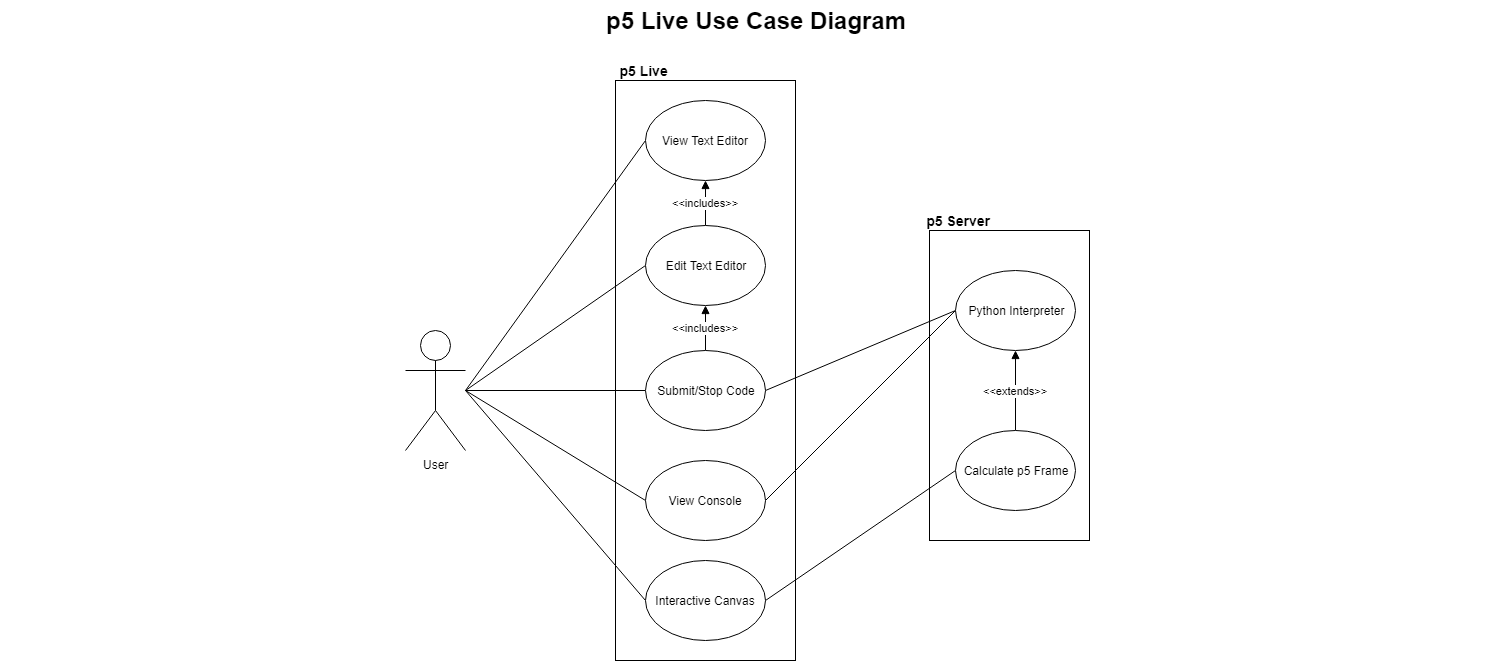
The draw.io diagram docs/use_case/use_case_diagram.png in kevhardy/3354-p5Live, before a commit. Source tidied: cells renumbered, new cells last; positions are measured from the earlier drawing's top-left corner, leaving out a move shared by most shapes. Source of this version:
```xml
<mxGraphModel>
  <root>
    <mxCell id="0" style="html=1;" />
    <mxCell id="1" style="html=1;" parent="0" />
    <mxCell id="2" style="rounded=0;whiteSpace=wrap;html=1;" parent="1" vertex="1">
      <mxGeometry x="928" y="230" width="160" height="310" as="geometry" />
    </mxCell>
    <mxCell id="3" style="rounded=0;whiteSpace=wrap;html=1;" parent="1" vertex="1">
      <mxGeometry x="614" y="80" width="180" height="580" as="geometry" />
    </mxCell>
    <mxCell id="4" value="p5 Live Use Case Diagram" style="text;strokeColor=none;fillColor=none;html=1;fontSize=24;fontStyle=1;verticalAlign=middle;align=center;" parent="1" vertex="1">
      <mxGeometry x="-0.5" width="1510" height="40" as="geometry" />
    </mxCell>
    <mxCell id="5" style="rounded=0;jettySize=auto;html=1;entryX=0;entryY=0.5;entryDx=0;entryDy=0;endArrow=none;endFill=0;" parent="1" edge="1" target="13">
      <mxGeometry relative="1" as="geometry">
        <mxPoint x="464" y="390" as="sourcePoint" />
      </mxGeometry>
    </mxCell>
    <mxCell id="6" style="rounded=0;jettySize=auto;html=1;entryX=0;entryY=0.5;entryDx=0;entryDy=0;endArrow=none;endFill=0;" parent="1" edge="1" target="11">
      <mxGeometry relative="1" as="geometry">
        <mxPoint x="464" y="390" as="sourcePoint" />
      </mxGeometry>
    </mxCell>
    <mxCell id="7" style="rounded=0;jettySize=auto;html=1;entryX=0;entryY=0.5;entryDx=0;entryDy=0;endArrow=none;endFill=0;" parent="1" edge="1" target="15">
      <mxGeometry relative="1" as="geometry">
        <mxPoint x="464" y="390" as="sourcePoint" />
      </mxGeometry>
    </mxCell>
    <mxCell id="8" style="rounded=0;jettySize=auto;html=1;entryX=0;entryY=0.5;entryDx=0;entryDy=0;endArrow=none;endFill=0;" parent="1" edge="1" target="17">
      <mxGeometry relative="1" as="geometry">
        <mxPoint x="464" y="390" as="sourcePoint" />
      </mxGeometry>
    </mxCell>
    <mxCell id="9" style="edgeStyle=none;rounded=0;jettySize=auto;html=1;entryX=0;entryY=0.5;entryDx=0;entryDy=0;endArrow=none;endFill=0;" parent="1" edge="1" source="10" target="20">
      <mxGeometry relative="1" as="geometry" />
    </mxCell>
    <mxCell id="10" value="User" style="shape=umlActor;verticalLabelPosition=bottom;labelBackgroundColor=#ffffff;verticalAlign=top;html=1;outlineConnect=0;" parent="1" vertex="1">
      <mxGeometry x="404" y="330" width="60" height="120" as="geometry" />
    </mxCell>
    <mxCell id="11" value="View Text Editor" style="ellipse;whiteSpace=wrap;html=1;" parent="1" vertex="1">
      <mxGeometry x="644" y="100" width="120" height="80" as="geometry" />
    </mxCell>
    <mxCell id="12" style="edgeStyle=none;rounded=0;jettySize=auto;html=1;entryX=0;entryY=0.5;entryDx=0;entryDy=0;endArrow=none;endFill=0;exitX=1;exitY=0.5;exitDx=0;exitDy=0;" parent="1" edge="1" source="13" target="21">
      <mxGeometry relative="1" as="geometry" />
    </mxCell>
    <mxCell id="13" value="View Console" style="ellipse;whiteSpace=wrap;html=1;" parent="1" vertex="1">
      <mxGeometry x="644" y="460" width="120" height="80" as="geometry" />
    </mxCell>
    <mxCell id="14" style="edgeStyle=none;rounded=0;jettySize=auto;html=1;entryX=0;entryY=0.5;entryDx=0;entryDy=0;endArrow=none;endFill=0;exitX=1;exitY=0.5;exitDx=0;exitDy=0;" parent="1" edge="1" source="15" target="23">
      <mxGeometry relative="1" as="geometry" />
    </mxCell>
    <mxCell id="15" value="Interactive Canvas" style="ellipse;whiteSpace=wrap;html=1;" parent="1" vertex="1">
      <mxGeometry x="644" y="560" width="120" height="80" as="geometry" />
    </mxCell>
    <mxCell id="16" value="&amp;lt;&amp;lt;includes&amp;gt;&amp;gt;" style="edgeStyle=orthogonalEdgeStyle;rounded=0;jettySize=auto;html=1;entryX=0.5;entryY=1;entryDx=0;entryDy=0;endArrow=block;endFill=1;" parent="1" edge="1" source="17" target="11">
      <mxGeometry relative="1" as="geometry" />
    </mxCell>
    <mxCell id="17" value="Edit Text Editor" style="ellipse;whiteSpace=wrap;html=1;" parent="1" vertex="1">
      <mxGeometry x="644" y="225" width="120" height="80" as="geometry" />
    </mxCell>
    <mxCell id="18" style="edgeStyle=none;rounded=0;jettySize=auto;html=1;entryX=0;entryY=0.5;entryDx=0;entryDy=0;endArrow=none;endFill=0;exitX=1;exitY=0.5;exitDx=0;exitDy=0;" parent="1" edge="1" source="20" target="21">
      <mxGeometry relative="1" as="geometry" />
    </mxCell>
    <mxCell id="19" value="&amp;lt;&amp;lt;includes&amp;gt;&amp;gt;" style="edgeStyle=none;rounded=0;jettySize=auto;html=1;endArrow=block;endFill=1;entryX=0.5;entryY=1;entryDx=0;entryDy=0;" parent="1" edge="1" source="20" target="17">
      <mxGeometry relative="1" as="geometry" />
    </mxCell>
    <mxCell id="20" value="Submit/Stop Code" style="ellipse;whiteSpace=wrap;html=1;" parent="1" vertex="1">
      <mxGeometry x="644" y="350" width="120" height="80" as="geometry" />
    </mxCell>
    <mxCell id="21" value="Python Interpreter" style="ellipse;whiteSpace=wrap;html=1;" parent="1" vertex="1">
      <mxGeometry x="954" y="270" width="120" height="80" as="geometry" />
    </mxCell>
    <mxCell id="22" value="&amp;lt;&amp;lt;extends&amp;gt;&amp;gt;" style="edgeStyle=none;rounded=0;jettySize=auto;html=1;entryX=0.5;entryY=1;entryDx=0;entryDy=0;endArrow=block;endFill=1;" parent="1" edge="1" source="23" target="21">
      <mxGeometry relative="1" as="geometry" />
    </mxCell>
    <mxCell id="23" value="Calculate p5 Frame" style="ellipse;whiteSpace=wrap;html=1;" parent="1" vertex="1">
      <mxGeometry x="954" y="430" width="120" height="80" as="geometry" />
    </mxCell>
    <mxCell id="24" value="&lt;font style=&quot;font-size: 14px&quot;&gt;p5 Live&amp;nbsp;&lt;/font&gt;" style="text;html=1;strokeColor=none;fillColor=none;align=center;verticalAlign=middle;whiteSpace=wrap;rounded=0;fontStyle=1;" parent="1" vertex="1">
      <mxGeometry x="614" y="60" width="60" height="20" as="geometry" />
    </mxCell>
    <mxCell id="25" value="&lt;font style=&quot;font-size: 14px&quot;&gt;p5 Server&amp;nbsp;&lt;/font&gt;" style="text;html=1;strokeColor=none;fillColor=none;align=center;verticalAlign=middle;whiteSpace=wrap;rounded=0;fontStyle=1;" parent="1" vertex="1">
      <mxGeometry x="924" y="210" width="70" height="20" as="geometry" />
    </mxCell>
  </root>
</mxGraphModel>
```
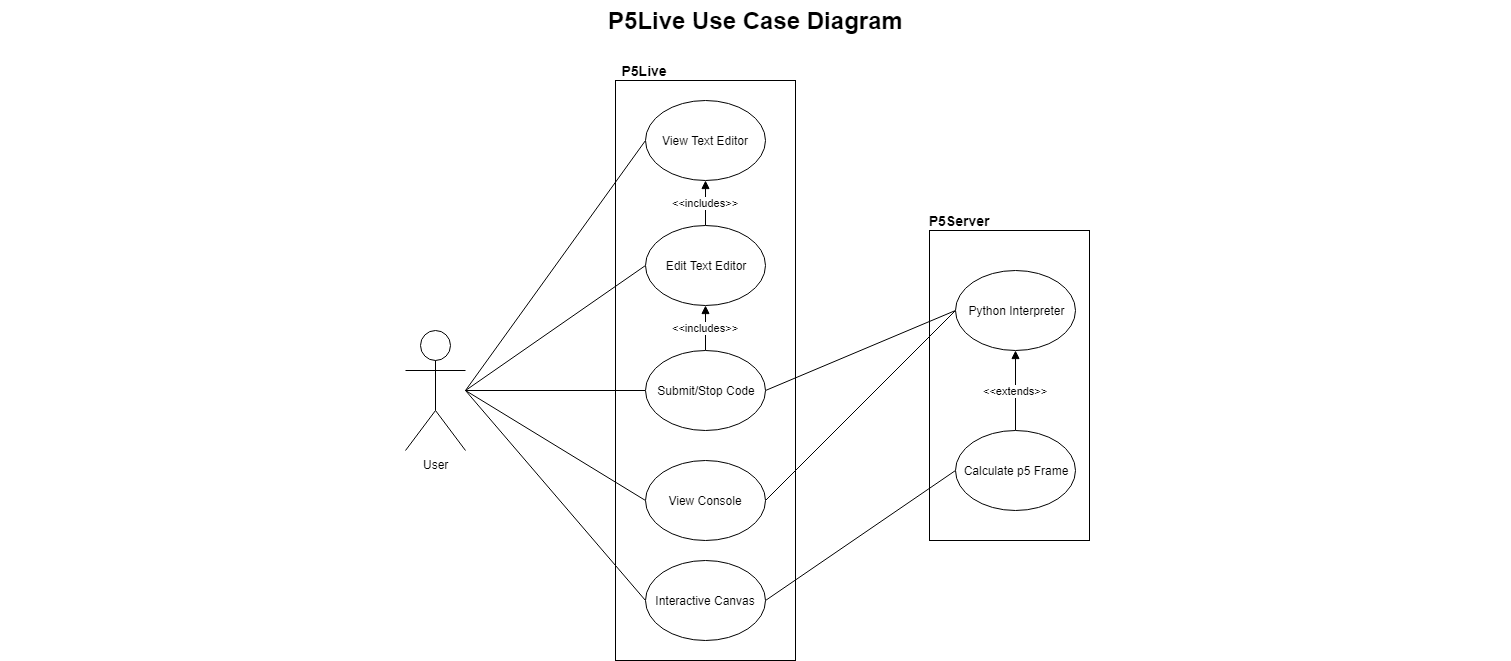
The same file after the commit.

Commit message:
Fixed use case diagram title

Change to the diagram source:
```diff
@@ -8,7 +8,7 @@
     <mxCell id="3" style="rounded=0;whiteSpace=wrap;html=1;" parent="1" vertex="1">
       <mxGeometry x="614" y="80" width="180" height="580" as="geometry" />
     </mxCell>
-    <mxCell id="4" value="p5 Live Use Case Diagram" style="text;strokeColor=none;fillColor=none;html=1;fontSize=24;fontStyle=1;verticalAlign=middle;align=center;" parent="1" vertex="1">
+    <mxCell id="4" value="P5Live Use Case Diagram" style="text;strokeColor=none;fillColor=none;html=1;fontSize=24;fontStyle=1;verticalAlign=middle;align=center;" parent="1" vertex="1">
       <mxGeometry x="-0.5" width="1510" height="40" as="geometry" />
     </mxCell>
     <mxCell id="5" style="rounded=0;jettySize=auto;html=1;entryX=0;entryY=0.5;entryDx=0;entryDy=0;endArrow=none;endFill=0;" parent="1" edge="1" target="13">
@@ -76,10 +76,10 @@
     <mxCell id="23" value="Calculate p5 Frame" style="ellipse;whiteSpace=wrap;html=1;" parent="1" vertex="1">
       <mxGeometry x="954" y="430" width="120" height="80" as="geometry" />
     </mxCell>
-    <mxCell id="24" value="&lt;font style=&quot;font-size: 14px&quot;&gt;p5 Live&amp;nbsp;&lt;/font&gt;" style="text;html=1;strokeColor=none;fillColor=none;align=center;verticalAlign=middle;whiteSpace=wrap;rounded=0;fontStyle=1;" parent="1" vertex="1">
+    <mxCell id="24" value="&lt;font style=&quot;font-size: 14px&quot;&gt;P5Live&amp;nbsp;&lt;/font&gt;" style="text;html=1;strokeColor=none;fillColor=none;align=center;verticalAlign=middle;whiteSpace=wrap;rounded=0;fontStyle=1;" parent="1" vertex="1">
       <mxGeometry x="614" y="60" width="60" height="20" as="geometry" />
     </mxCell>
-    <mxCell id="25" value="&lt;font style=&quot;font-size: 14px&quot;&gt;p5 Server&amp;nbsp;&lt;/font&gt;" style="text;html=1;strokeColor=none;fillColor=none;align=center;verticalAlign=middle;whiteSpace=wrap;rounded=0;fontStyle=1;" parent="1" vertex="1">
+    <mxCell id="25" value="&lt;font style=&quot;font-size: 14px&quot;&gt;P5Server&amp;nbsp;&lt;/font&gt;" style="text;html=1;strokeColor=none;fillColor=none;align=center;verticalAlign=middle;whiteSpace=wrap;rounded=0;fontStyle=1;" parent="1" vertex="1">
       <mxGeometry x="924" y="210" width="70" height="20" as="geometry" />
     </mxCell>
   </root>
```
